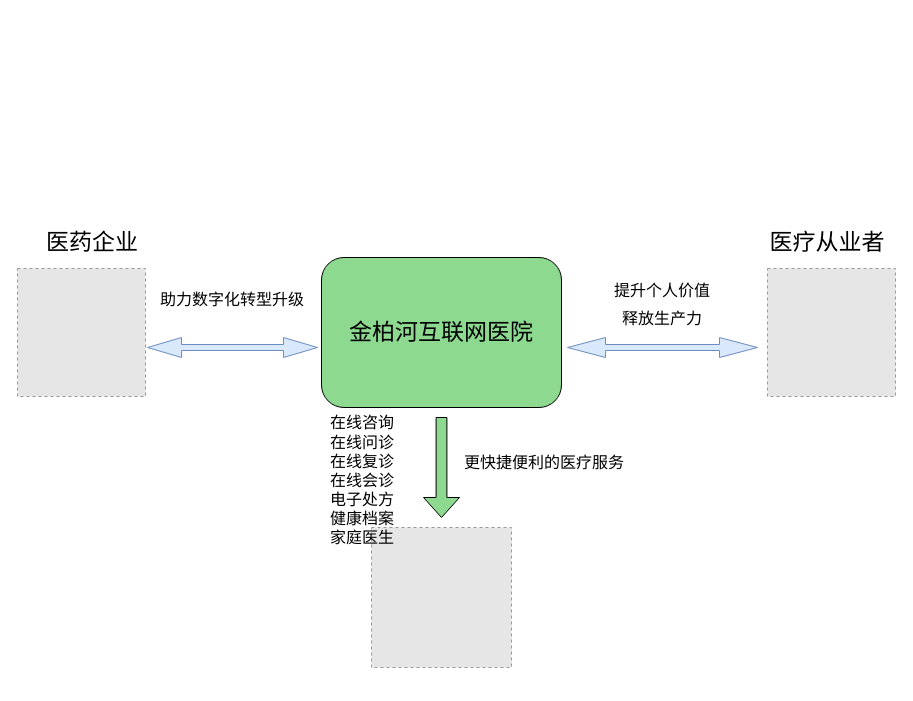
Earlier version of the draw.io diagram jbh/互联网医院价值.drawio (GitHeP/diagrams). Source tidied: cells renumbered, new cells numbered last; positions are measured from the earlier drawing's top-left corner, leaving out a move shared by most shapes. Both pictures are drawn from the tidied source at 100%, with x=0, y=0 at pixel (17, 227). Pictures stored in the file or linked from it are replaced by grey dashed boxes.
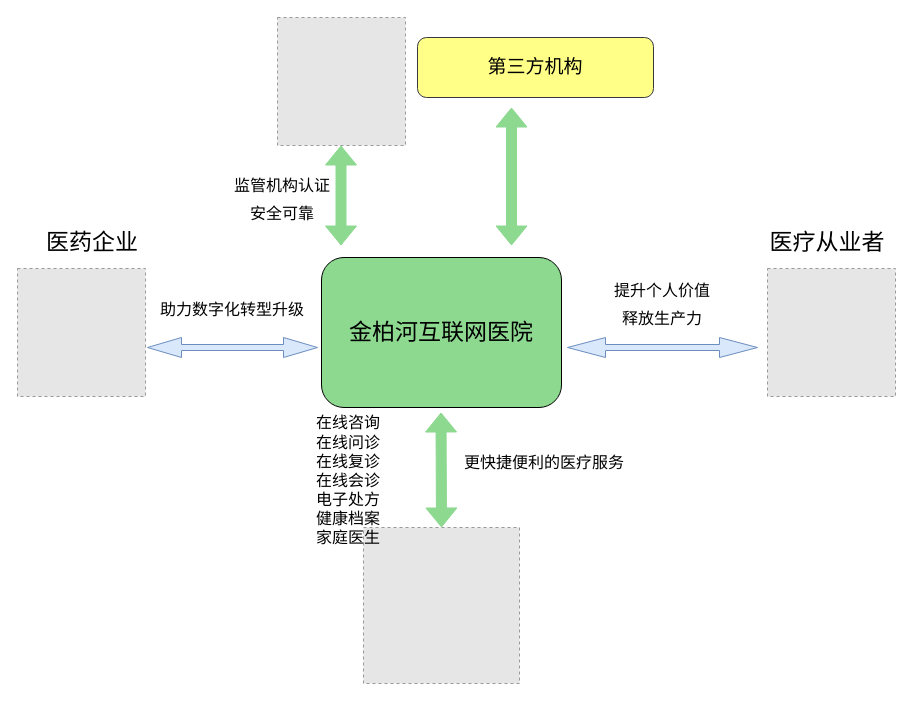
The same diagram, later.

Commit message (it also covers changes not shown here):
更新互联网医院价值.drawio

What changed in the source:
```diff
@@
     <mxCell id="5" value="&lt;font style=&quot;font-size: 16px;&quot;&gt;助力数字化转型升级&lt;/font&gt;" style="text;html=1;strokeColor=none;fillColor=none;align=center;verticalAlign=middle;whiteSpace=wrap;rounded=0;fontSize=23;" parent="1" vertex="1">
-      <mxGeometry x="100" y="50" width="230" height="40" as="geometry" />
+      <mxGeometry x="100" y="60" width="230" height="40" as="geometry" />
     </mxCell>
@@
     <mxCell id="10" style="fillColor=#E6E6E6;strokeColor=#999999;dashed=1;html=1;verticalAlign=top;verticalLabelPosition=bottom;labelBackgroundColor=#ffffff;fontSize=16;" parent="1" vertex="1">
-      <mxGeometry x="354" y="300" width="140" height="140" as="geometry" />
+      <mxGeometry x="346" y="300" width="156" height="156" as="geometry" />
     </mxCell>
-    <mxCell id="11" style="shape=singleArrow;direction=south;whiteSpace=wrap;html=1;fontSize=16;fillColor=#8DD990;" parent="1" vertex="1">
-      <mxGeometry x="406" y="190" width="36" height="100" as="geometry" />
-    </mxCell>
@@
     <mxCell id="13" value="在线咨询&lt;br&gt;在线问诊&lt;br&gt;在线复诊&lt;br&gt;在线会诊&lt;br&gt;电子处方&lt;br&gt;健康档案&lt;br&gt;家庭医生" style="text;html=1;strokeColor=none;fillColor=none;align=center;verticalAlign=middle;whiteSpace=wrap;rounded=0;fontSize=16;" parent="1" vertex="1">
-      <mxGeometry x="270" y="180" width="150" height="145" as="geometry" />
+      <mxGeometry x="256" y="180" width="150" height="145" as="geometry" />
     </mxCell>
@@
+    <mxCell id="15" value="&lt;font style=&quot;font-size: 19px;&quot;&gt;第三方机构&lt;/font&gt;" style="rounded=1;whiteSpace=wrap;html=1;fontSize=16;fillColor=#ffff88;strokeColor=#36393d;" parent="1" vertex="1">
+      <mxGeometry x="400" y="-190" width="236" height="60" as="geometry" />
+    </mxCell>
+    <mxCell id="16" style="fillColor=#E6E6E6;strokeColor=#999999;dashed=1;html=1;verticalAlign=top;verticalLabelPosition=bottom;labelBackgroundColor=#ffffff;fontSize=19;" parent="1" vertex="1">
+      <mxGeometry x="260" y="-210" width="128" height="128" as="geometry" />
+    </mxCell>
+    <mxCell id="17" style="shape=flexArrow;endArrow=classic;startArrow=classic;html=1;rounded=0;fontSize=19;strokeColor=#8DD990;fillColor=#8DD990;" parent="1" edge="1">
+      <mxGeometry relative="1" as="geometry">
+        <mxPoint x="323.5" y="18" as="sourcePoint" />
+        <mxPoint x="323.5" y="-82" as="targetPoint" />
+      </mxGeometry>
+    </mxCell>
+    <mxCell id="18" style="shape=flexArrow;endArrow=classic;startArrow=classic;html=1;rounded=0;fontSize=19;fillColor=#8DD990;strokeColor=#8DD990;" parent="1" edge="1">
+      <mxGeometry relative="1" as="geometry">
+        <mxPoint x="494" y="18" as="sourcePoint" />
+        <mxPoint x="494" y="-120" as="targetPoint" />
+      </mxGeometry>
+    </mxCell>
+    <mxCell id="19" value="&lt;span style=&quot;font-size: 16px;&quot;&gt;监管机构认证&lt;br&gt;安全可靠&lt;br&gt;&lt;/span&gt;" style="text;html=1;strokeColor=none;fillColor=none;align=center;verticalAlign=middle;whiteSpace=wrap;rounded=0;fontSize=23;" parent="1" vertex="1">
+      <mxGeometry x="150" y="-50" width="230" height="40" as="geometry" />
+    </mxCell>
+    <mxCell id="20" style="shape=flexArrow;endArrow=classic;startArrow=classic;html=1;rounded=0;fontSize=19;strokeColor=#8DD990;fillColor=#8DD990;exitX=0.5;exitY=0;exitDx=0;exitDy=0;" parent="1" edge="1" source="10">
+      <mxGeometry relative="1" as="geometry">
+        <mxPoint x="423.5" y="185" as="targetPoint" />
+      </mxGeometry>
+    </mxCell>
```
